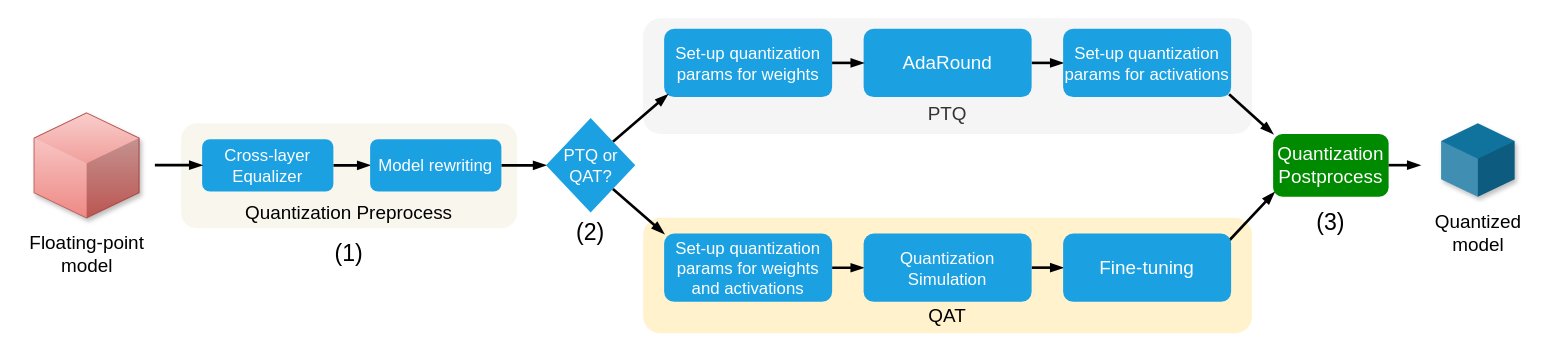
This is page "Page-1" (1 of 2) of Untitled Diagram.drawio from hoangtv2000/document-collection, a draw.io file, before an edit. Source tidied: cells renumbered, new cells numbered last; positions are measured from the earlier drawing's top-left corner, leaving out a move shared by most shapes. Both pictures are drawn from the tidied source at 105%, with x=0, y=0 at pixel (18, 18).
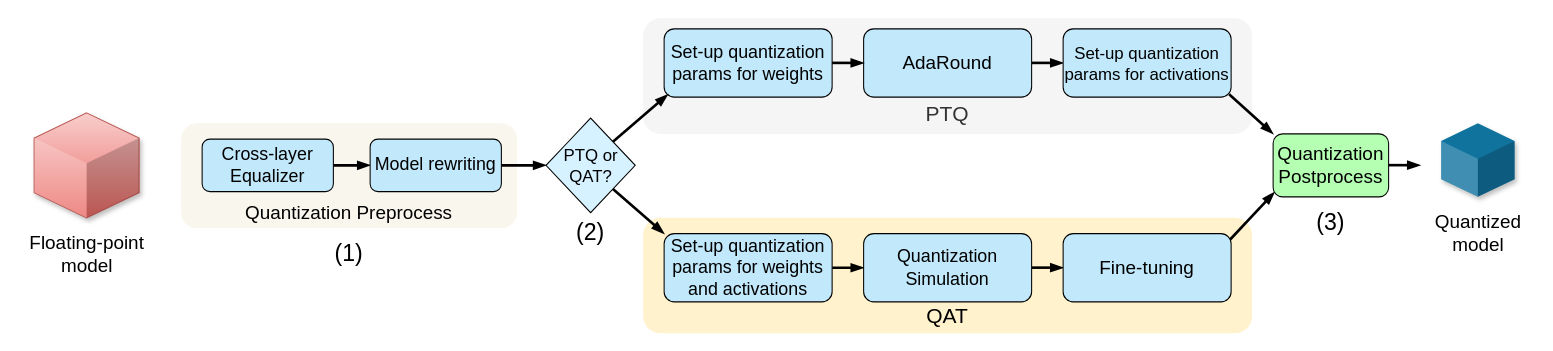
Above is the later version.

Diff of the diagram source:
```diff
@@
-    <mxCell id="2" value="&lt;div&gt;&lt;br&gt;&lt;/div&gt;&lt;div&gt;&lt;br&gt;&lt;/div&gt;&lt;div&gt;&lt;br&gt;&lt;/div&gt;&lt;div&gt;&lt;br&gt;&lt;/div&gt;&lt;div&gt;&lt;br&gt;&lt;/div&gt;&lt;div&gt;&lt;font style=&quot;font-size: 18px;&quot;&gt;PTQ&lt;/font&gt;&lt;/div&gt;" style="rounded=1;whiteSpace=wrap;html=1;fillColor=#f5f5f5;strokeColor=none;fontColor=#333333;" parent="1" vertex="1">
+    <mxCell id="2" value="&lt;div&gt;&lt;br&gt;&lt;/div&gt;&lt;div&gt;&lt;br&gt;&lt;/div&gt;&lt;div&gt;&lt;br&gt;&lt;/div&gt;&lt;div&gt;&lt;br&gt;&lt;/div&gt;&lt;div&gt;&lt;br&gt;&lt;/div&gt;&lt;div&gt;&lt;font style=&quot;font-size: 20px;&quot;&gt;PTQ&lt;/font&gt;&lt;/div&gt;" style="rounded=1;whiteSpace=wrap;html=1;fillColor=#f5f5f5;strokeColor=none;fontColor=#333333;" parent="1" vertex="1">
       <mxGeometry x="595" width="580" height="110" as="geometry" />
     </mxCell>
-    <mxCell id="3" value="&lt;font style=&quot;font-size: 16px;&quot;&gt;Set-up quantization&lt;br style=&quot;font-size: 16px;&quot;&gt;params for weights&lt;/font&gt;" style="rounded=1;whiteSpace=wrap;html=1;fillColor=#1ba1e2;strokeColor=none;fontColor=#ffffff;shadow=0;fontSize=16;" parent="1" vertex="1">
+    <mxCell id="3" value="&lt;font style=&quot;font-size: 17px;&quot;&gt;Set-up quantization&lt;br style=&quot;&quot;&gt;params for weights&lt;/font&gt;" style="rounded=1;whiteSpace=wrap;html=1;fillColor=#c1e8fb;strokeColor=default;fontColor=#000000;shadow=0;fontSize=16;" parent="1" vertex="1">
       <mxGeometry x="615" y="10" width="160" height="65" as="geometry" />
     </mxCell>
@@
-    <mxCell id="5" value="&lt;font style=&quot;font-size: 18px;&quot;&gt;AdaRound&lt;/font&gt;" style="rounded=1;whiteSpace=wrap;html=1;fillColor=#1ba1e2;strokeColor=none;fontColor=#ffffff;shadow=0;fontSize=18;" parent="1" vertex="1">
+    <mxCell id="5" value="&lt;font style=&quot;font-size: 18px;&quot;&gt;AdaRound&lt;/font&gt;" style="rounded=1;whiteSpace=wrap;html=1;fillColor=#c1e8fb;strokeColor=default;fontColor=#000000;shadow=0;fontSize=18;" parent="1" vertex="1">
       <mxGeometry x="805" y="10" width="160" height="65" as="geometry" />
     </mxCell>
-    <mxCell id="6" value="&lt;font style=&quot;font-size: 16px;&quot;&gt;Set-up quantization&lt;br style=&quot;font-size: 16px;&quot;&gt;params for activations&lt;/font&gt;" style="rounded=1;whiteSpace=wrap;html=1;fillColor=#1ba1e2;strokeColor=none;fontColor=#ffffff;shadow=0;fontSize=16;" parent="1" vertex="1">
+    <mxCell id="6" value="&lt;font style=&quot;font-size: 16px;&quot;&gt;Set-up quantization&lt;br style=&quot;font-size: 16px;&quot;&gt;params for activations&lt;/font&gt;" style="rounded=1;whiteSpace=wrap;html=1;fillColor=#c1e8fb;strokeColor=default;fontColor=#000000;shadow=0;fontSize=16;" parent="1" vertex="1">
       <mxGeometry x="995" y="10" width="160" height="65" as="geometry" />
     </mxCell>
@@
-    <mxCell id="8" value="&lt;div&gt;&lt;br&gt;&lt;/div&gt;&lt;div&gt;&lt;br&gt;&lt;/div&gt;&lt;div&gt;&lt;br&gt;&lt;/div&gt;&lt;div&gt;&lt;br&gt;&lt;/div&gt;&lt;div style=&quot;font-size: 17px;&quot;&gt;&lt;br&gt;&lt;/div&gt;&lt;div&gt;&lt;font style=&quot;font-size: 18px;&quot;&gt;QAT&lt;/font&gt;&lt;/div&gt;" style="rounded=1;whiteSpace=wrap;html=1;fillColor=#fff2cc;strokeColor=none;" parent="1" vertex="1">
+    <mxCell id="8" value="&lt;div&gt;&lt;br&gt;&lt;/div&gt;&lt;div&gt;&lt;br&gt;&lt;/div&gt;&lt;div&gt;&lt;br&gt;&lt;/div&gt;&lt;div&gt;&lt;br&gt;&lt;/div&gt;&lt;div style=&quot;font-size: 17px;&quot;&gt;&lt;br&gt;&lt;/div&gt;&lt;div&gt;&lt;font style=&quot;font-size: 20px;&quot;&gt;QAT&lt;/font&gt;&lt;/div&gt;" style="rounded=1;whiteSpace=wrap;html=1;fillColor=#fff2cc;strokeColor=none;" parent="1" vertex="1">
       <mxGeometry x="595" y="190" width="580" height="110" as="geometry" />
     </mxCell>
@@
-    <mxCell id="12" value="&lt;font style=&quot;font-size: 16px;&quot;&gt;Cross-layer Equalizer&lt;/font&gt;" style="rounded=1;whiteSpace=wrap;html=1;fillColor=#1ba1e2;strokeColor=none;fontColor=#ffffff;shadow=0;fontSize=16;" parent="1" vertex="1">
+    <mxCell id="12" value="&lt;font style=&quot;font-size: 17px;&quot;&gt;Cross-layer Equalizer&lt;/font&gt;" style="rounded=1;whiteSpace=wrap;html=1;fillColor=#c1e8fb;strokeColor=default;fontColor=#000000;shadow=0;fontSize=16;" parent="1" vertex="1">
       <mxGeometry x="175" y="115" width="125" height="50" as="geometry" />
     </mxCell>
@@
-    <mxCell id="14" value="&lt;font style=&quot;font-size: 16px;&quot;&gt;Model rewriting&lt;/font&gt;" style="rounded=1;whiteSpace=wrap;html=1;fillColor=#1ba1e2;strokeColor=none;fontColor=#ffffff;shadow=0;fontSize=16;" parent="1" vertex="1">
+    <mxCell id="14" value="&lt;font style=&quot;font-size: 17px;&quot;&gt;Model rewriting&lt;/font&gt;" style="rounded=1;whiteSpace=wrap;html=1;fillColor=#c1e8fb;strokeColor=default;fontColor=#000000;shadow=0;fontSize=16;" parent="1" vertex="1">
       <mxGeometry x="335" y="115" width="125" height="50" as="geometry" />
     </mxCell>
-    <mxCell id="15" style="edgeStyle=orthogonalEdgeStyle;rounded=0;orthogonalLoop=1;jettySize=auto;html=1;entryX=0;entryY=0.5;entryDx=0;entryDy=0;endArrow=blockThin;endFill=1;strokeWidth=2.5;" parent="1" edge="1">
-      <mxGeometry relative="1" as="geometry">
-        <mxPoint x="130" y="139.8" as="sourcePoint" />
-        <mxPoint x="175" y="139.8" as="targetPoint" />
-      </mxGeometry>
-    </mxCell>
@@
-    <mxCell id="17" value="&lt;font style=&quot;font-size: 16px;&quot;&gt;PTQ or&lt;br style=&quot;font-size: 16px;&quot;&gt;QAT?&lt;/font&gt;" style="rhombus;whiteSpace=wrap;html=1;fillColor=#1ba1e2;strokeColor=none;fontColor=#ffffff;rounded=1;arcSize=0;shadow=0;fontSize=16;" parent="1" vertex="1">
+    <mxCell id="17" value="&lt;font style=&quot;font-size: 16px;&quot;&gt;PTQ or&lt;br style=&quot;font-size: 16px;&quot;&gt;QAT?&lt;/font&gt;" style="rhombus;whiteSpace=wrap;html=1;fillColor=#d6f1ff;strokeColor=default;fontColor=#000000;rounded=1;arcSize=0;shadow=0;fontSize=16;" parent="1" vertex="1">
       <mxGeometry x="502.5" y="95" width="85" height="90" as="geometry" />
     </mxCell>
@@
-    <mxCell id="19" value="&lt;font style=&quot;font-size: 16px;&quot;&gt;Set-up quantization&lt;br style=&quot;font-size: 16px;&quot;&gt;params for weights and activations&lt;/font&gt;" style="rounded=1;whiteSpace=wrap;html=1;fillColor=#1ba1e2;strokeColor=none;fontColor=#ffffff;shadow=0;fontSize=16;" parent="1" vertex="1">
+    <mxCell id="19" value="&lt;font style=&quot;font-size: 17px;&quot;&gt;Set-up quantization&lt;br style=&quot;&quot;&gt;params for weights and activations&lt;/font&gt;" style="rounded=1;whiteSpace=wrap;html=1;fillColor=#c1e8fb;strokeColor=default;fontColor=#000000;shadow=0;fontSize=16;" parent="1" vertex="1">
       <mxGeometry x="615" y="205" width="160" height="65" as="geometry" />
     </mxCell>
@@
-    <mxCell id="26" value="&lt;font style=&quot;font-size: 18px;&quot;&gt;Quantization&lt;br style=&quot;&quot;&gt;Postprocess&lt;/font&gt;" style="rounded=1;whiteSpace=wrap;html=1;fillColor=#008a00;strokeColor=none;shadow=0;fontColor=#ffffff;fontSize=17;" parent="1" vertex="1">
+    <mxCell id="26" value="&lt;font style=&quot;font-size: 18px;&quot;&gt;Quantization&lt;br style=&quot;&quot;&gt;Postprocess&lt;/font&gt;" style="rounded=1;whiteSpace=wrap;html=1;fillColor=#b5ffb3;strokeColor=default;shadow=0;fontColor=#000000;fontSize=17;" parent="1" vertex="1">
       <mxGeometry x="1195" y="110" width="110" height="60" as="geometry" />
     </mxCell>
@@
-    <mxCell id="28" value="&lt;font style=&quot;font-size: 16px;&quot;&gt;Quantization Simulation&lt;/font&gt;" style="rounded=1;whiteSpace=wrap;html=1;fillColor=#1ba1e2;strokeColor=none;fontColor=#ffffff;shadow=0;fontSize=16;" parent="1" vertex="1">
+    <mxCell id="28" value="&lt;font style=&quot;font-size: 17px;&quot;&gt;Quantization Simulation&lt;/font&gt;" style="rounded=1;whiteSpace=wrap;html=1;fillColor=#c1e8fb;strokeColor=default;fontColor=#000000;shadow=0;fontSize=16;" parent="1" vertex="1">
       <mxGeometry x="805" y="205" width="160" height="65" as="geometry" />
     </mxCell>
-    <mxCell id="29" value="&lt;font style=&quot;font-size: 18px;&quot;&gt;Fine-tuning&lt;/font&gt;" style="rounded=1;whiteSpace=wrap;html=1;fillColor=#1ba1e2;strokeColor=none;fontColor=#ffffff;shadow=0;fontSize=18;" parent="1" vertex="1">
+    <mxCell id="29" value="&lt;font&gt;Fine-tuning&lt;/font&gt;" style="rounded=1;whiteSpace=wrap;html=1;fillColor=#c1e8fb;strokeColor=default;fontColor=#000000;shadow=0;fontSize=18;" parent="1" vertex="1">
       <mxGeometry x="995" y="205" width="160" height="65" as="geometry" />
     </mxCell>
```
